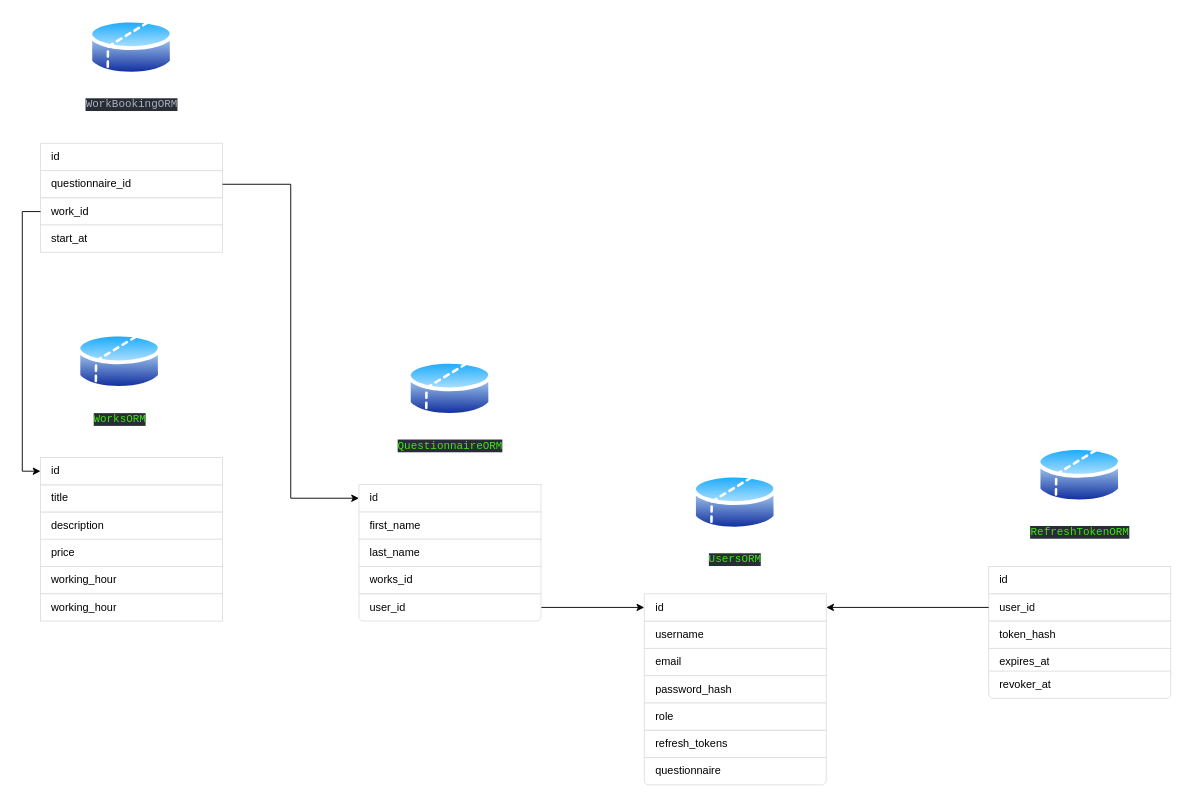
veellimir/Home-Helper_Service keeps this draw.io diagram as docs/database/schem.drawio. Above is the earlier version. Source tidied: cells renumbered, new cells numbered last; positions are measured from the earlier drawing's top-left corner, leaving out a move shared by most shapes. Both pictures are drawn from the tidied source at 91%, with x=0, y=0 at pixel (40, 15).
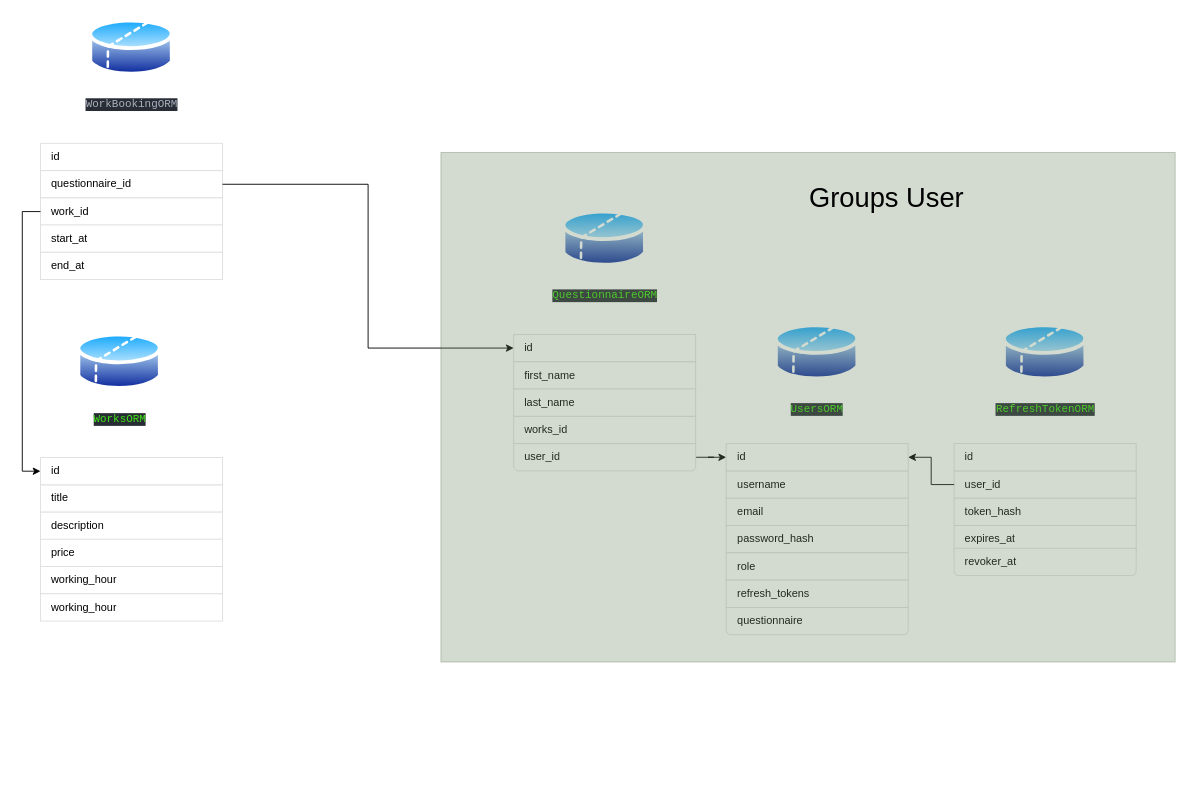
The same diagram, later.

The edit, as a diff of the source:
```diff
@@
     <mxCell id="2" value="&lt;div style=&quot;background-color:#282c34;color:#abb2bf&quot;&gt;&lt;pre style=&quot;font-family:'JetBrains Mono',monospace;font-size:12,8pt;&quot;&gt;&lt;span style=&quot;color:#3fe713;&quot;&gt;UsersORM&lt;/span&gt;&lt;/pre&gt;&lt;/div&gt;&lt;div&gt;&lt;br&gt;&lt;/div&gt;" style="image;perimeter=ellipsePerimeter;html=1;align=center;shadow=0;dashed=0;spacingTop=3;image=img/lib/active_directory/database_partition_2.svg;" parent="1" vertex="1">
-      <mxGeometry x="716.5" y="500" width="93.8" height="69.4" as="geometry" />
+      <mxGeometry x="806.5" y="335" width="93.8" height="69.4" as="geometry" />
     </mxCell>
     <mxCell id="3" value="&lt;div style=&quot;background-color:#282c34;color:#abb2bf&quot;&gt;&lt;pre style=&quot;font-family:'JetBrains Mono',monospace;font-size:12,8pt;&quot;&gt;&lt;span style=&quot;color:#3fe713;&quot;&gt;QuestionnaireORM&lt;/span&gt;&lt;/pre&gt;&lt;/div&gt;" style="image;perimeter=ellipsePerimeter;html=1;align=center;shadow=0;dashed=0;spacingTop=3;image=img/lib/active_directory/database_partition_2.svg;" parent="1" vertex="1">
-      <mxGeometry x="403.1" y="375" width="93.8" height="69.4" as="geometry" />
+      <mxGeometry x="573.1" y="210" width="93.8" height="69.4" as="geometry" />
     </mxCell>
     <mxCell id="4" value="&lt;div style=&quot;background-color:#282c34;color:#abb2bf&quot;&gt;&lt;pre style=&quot;font-family:'JetBrains Mono',monospace;font-size:12,8pt;&quot;&gt;&lt;span style=&quot;color:#3fe713;&quot;&gt;RefreshTokenORM&lt;/span&gt;&lt;/pre&gt;&lt;/div&gt;&lt;div&gt;&lt;br&gt;&lt;/div&gt;" style="image;perimeter=ellipsePerimeter;html=1;align=center;shadow=0;dashed=0;spacingTop=3;image=img/lib/active_directory/database_partition_2.svg;" parent="1" vertex="1">
-      <mxGeometry x="1095.1" y="470" width="93.8" height="69.4" as="geometry" />
+      <mxGeometry x="1057.1" y="335" width="93.8" height="69.4" as="geometry" />
     </mxCell>
     <mxCell id="5" style="swimlane;fontStyle=0;horizontal=1;startSize=0;whiteSpace=wrap;html=1;strokeColor=none;fillColor=none;" parent="1" vertex="1">
-      <mxGeometry x="663.5" y="665" width="200" height="90" as="geometry" />
+      <mxGeometry x="753.5" y="500" width="200" height="90" as="geometry" />
     </mxCell>
@@
     <mxCell id="9" value="questionnaire" style="text;strokeColor=#DFDFDF;fillColor=#FFFFFF;align=left;verticalAlign=middle;spacingLeft=10;spacingRight=10;overflow=hidden;whiteSpace=wrap;html=1;shape=mxgraph.bootstrap.bottomButton;rSize=5;fontColor=#000000;" parent="1" vertex="1">
-      <mxGeometry x="663.5" y="815" width="200" height="30" as="geometry" />
+      <mxGeometry x="753.5" y="650" width="200" height="30" as="geometry" />
     </mxCell>
     <mxCell id="10" value="role" style="text;strokeColor=#DFDFDF;fillColor=#FFFFFF;align=left;verticalAlign=middle;spacingLeft=10;spacingRight=10;overflow=hidden;whiteSpace=wrap;html=1;rSize=5;fontColor=#000000;" parent="1" vertex="1">
-      <mxGeometry x="663.5" y="755" width="200" height="30" as="geometry" />
+      <mxGeometry x="753.5" y="590" width="200" height="30" as="geometry" />
     </mxCell>
     <mxCell id="11" value="refresh_tokens" style="text;strokeColor=#DFDFDF;fillColor=#FFFFFF;align=left;verticalAlign=middle;spacingLeft=10;spacingRight=10;overflow=hidden;whiteSpace=wrap;html=1;rSize=5;fontColor=#000000;" parent="1" vertex="1">
-      <mxGeometry x="663.5" y="785" width="200" height="30" as="geometry" />
+      <mxGeometry x="753.5" y="620" width="200" height="30" as="geometry" />
     </mxCell>
     <mxCell id="12" value="id" style="text;strokeColor=#DFDFDF;fillColor=#FFFFFF;align=left;verticalAlign=middle;spacingLeft=10;spacingRight=10;overflow=hidden;points=[[0,0.5],[1,0.5]];portConstraint=eastwest;whiteSpace=wrap;html=1;rSize=5;fontColor=#000000;" parent="1" vertex="1">
-      <mxGeometry x="663.5" y="635" width="200" height="30" as="geometry" />
+      <mxGeometry x="753.5" y="470" width="200" height="30" as="geometry" />
     </mxCell>
     <mxCell id="13" style="swimlane;fontStyle=0;horizontal=1;startSize=0;whiteSpace=wrap;html=1;strokeColor=none;fillColor=none;" parent="1" vertex="1">
-      <mxGeometry x="1042" y="635" width="200" height="90" as="geometry" />
+      <mxGeometry x="1004" y="500" width="200" height="90" as="geometry" />
     </mxCell>
@@
     <mxCell id="17" value="revoker_at" style="text;strokeColor=#DFDFDF;fillColor=#FFFFFF;align=left;verticalAlign=middle;spacingLeft=10;spacingRight=10;overflow=hidden;whiteSpace=wrap;html=1;shape=mxgraph.bootstrap.bottomButton;rSize=5;fontColor=#000000;" parent="1" vertex="1">
-      <mxGeometry x="1042" y="720" width="200" height="30" as="geometry" />
+      <mxGeometry x="1004" y="585" width="200" height="30" as="geometry" />
     </mxCell>
     <mxCell id="18" value="id" style="text;strokeColor=#DFDFDF;fillColor=#FFFFFF;align=left;verticalAlign=middle;spacingLeft=10;spacingRight=10;overflow=hidden;whiteSpace=wrap;html=1;rSize=5;fontColor=#000000;" parent="1" vertex="1">
-      <mxGeometry x="1042" y="605" width="200" height="30" as="geometry" />
+      <mxGeometry x="1004" y="470" width="200" height="30" as="geometry" />
     </mxCell>
@@
     <mxCell id="20" style="swimlane;fontStyle=0;horizontal=1;startSize=0;whiteSpace=wrap;html=1;strokeColor=none;fillColor=none;" parent="1" vertex="1">
-      <mxGeometry x="350" y="545" width="200" height="60" as="geometry" />
+      <mxGeometry x="520" y="380" width="200" height="60" as="geometry" />
     </mxCell>
@@
     <mxCell id="24" value="user_id" style="text;strokeColor=#DFDFDF;fillColor=#FFFFFF;align=left;verticalAlign=middle;spacingLeft=10;spacingRight=10;overflow=hidden;points=[[0,0.5],[1,0.5]];portConstraint=eastwest;whiteSpace=wrap;html=1;shape=mxgraph.bootstrap.bottomButton;rSize=5;fontColor=#000000;" parent="1" vertex="1">
-      <mxGeometry x="350" y="635" width="200" height="30" as="geometry" />
+      <mxGeometry x="520" y="470" width="200" height="30" as="geometry" />
     </mxCell>
     <mxCell id="25" value="id" style="text;strokeColor=#DFDFDF;fillColor=#FFFFFF;align=left;verticalAlign=middle;spacingLeft=10;spacingRight=10;overflow=hidden;points=[[0,0.5],[1,0.5]];portConstraint=eastwest;whiteSpace=wrap;html=1;rSize=5;fontColor=#000000;" parent="1" vertex="1">
-      <mxGeometry x="350" y="515" width="200" height="30" as="geometry" />
+      <mxGeometry x="520" y="350" width="200" height="30" as="geometry" />
     </mxCell>
@@
     <mxCell id="33" value="works_id" style="text;strokeColor=#DFDFDF;fillColor=#FFFFFF;align=left;verticalAlign=middle;spacingLeft=10;spacingRight=10;overflow=hidden;whiteSpace=wrap;html=1;rSize=5;fontColor=#000000;" parent="1" vertex="1">
-      <mxGeometry x="350" y="605" width="200" height="30" as="geometry" />
+      <mxGeometry x="520" y="440" width="200" height="30" as="geometry" />
     </mxCell>
@@
+    <mxCell id="43" value="end_at" style="text;strokeColor=#DFDFDF;fillColor=#FFFFFF;align=left;verticalAlign=middle;spacingLeft=10;spacingRight=10;overflow=hidden;whiteSpace=wrap;html=1;rSize=5;fontColor=#000000;" parent="1" vertex="1">
+      <mxGeometry y="259.7" width="200" height="30" as="geometry" />
+    </mxCell>
+    <mxCell id="44" style="rounded=0;whiteSpace=wrap;html=1;absoluteArcSize=0;noLabel=0;overflow=fill;fillColor=#6d8764;fontColor=#ffffff;strokeColor=#3A5431;opacity=30;" parent="1" vertex="1">
+      <mxGeometry x="440" y="150" width="806.9" height="560" as="geometry" />
+    </mxCell>
+    <mxCell id="45" value="&lt;font style=&quot;font-size: 30px;&quot;&gt;Groups User&lt;/font&gt;" style="text;html=1;whiteSpace=wrap;strokeColor=none;fillColor=none;align=center;verticalAlign=middle;rounded=0;" parent="1" vertex="1">
+      <mxGeometry x="800" y="180" width="260" height="40" as="geometry" />
+    </mxCell>
```
